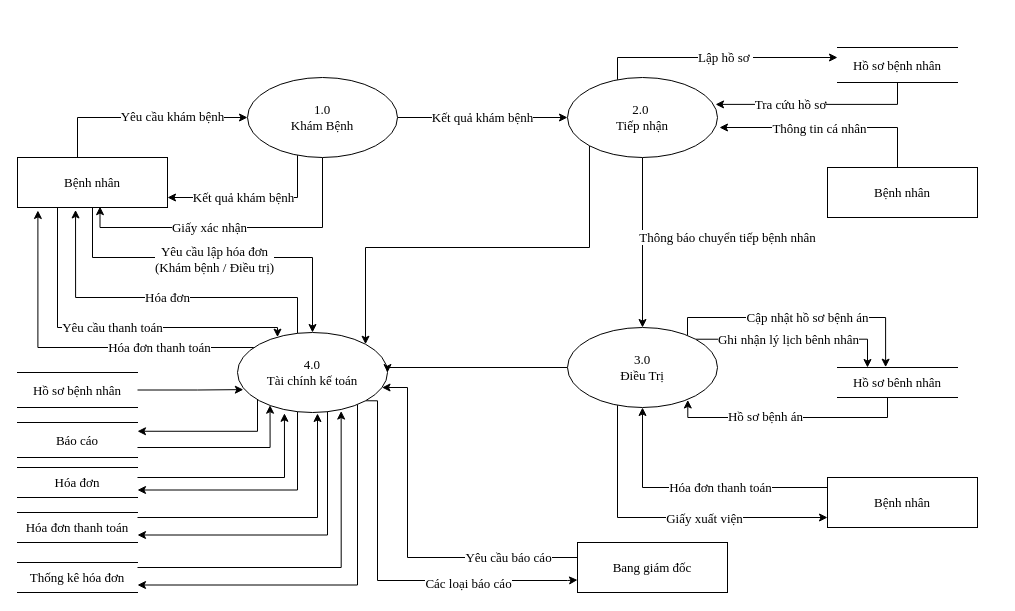
Above: MucDinh.drawio in Nhatran241/HTTT (draw.io), before the change. Source tidied: cells renumbered, new cells numbered last; positions are measured from the earlier drawing's top-left corner, leaving out a move shared by most shapes. Both pictures are drawn from the tidied source at 100%, with x=0, y=0 at pixel (17, 47).
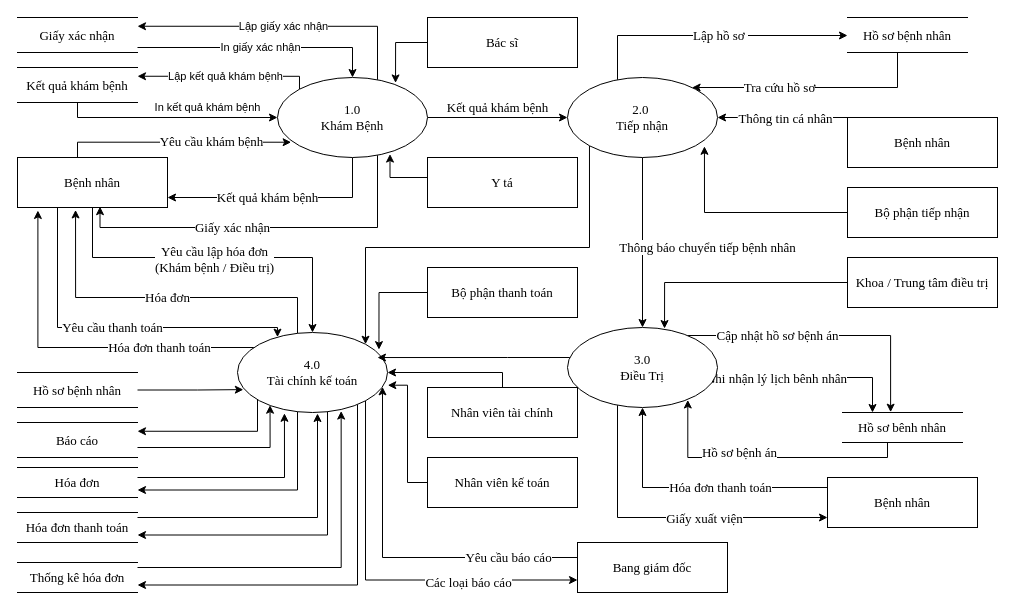
The same diagram, later.

Unchanged cells that the change refers to:
```xml
<mxCell id="6" value="Bệnh nhân" style="rounded=0;whiteSpace=wrap;html=1;fontFamily=Times New Roman;fontSize=13;" parent="1" vertex="1">
  <mxGeometry y="110" width="150" height="50" as="geometry" />
</mxCell>
<mxCell id="14" value="2.0&amp;nbsp;&lt;br style=&quot;font-size: 13px;&quot;&gt;Tiếp nhận" style="ellipse;whiteSpace=wrap;html=1;fontFamily=Times New Roman;fontSize=13;" parent="1" vertex="1">
  <mxGeometry x="550" y="30" width="150" height="80" as="geometry" />
</mxCell>
<mxCell id="24" value="4.0&lt;br style=&quot;font-size: 13px;&quot;&gt;Tài chính kế toán" style="ellipse;whiteSpace=wrap;html=1;fontFamily=Times New Roman;fontSize=13;" parent="1" vertex="1">
  <mxGeometry x="220" y="285" width="150" height="80" as="geometry" />
</mxCell>
<mxCell id="31" value="3.0&lt;br style=&quot;font-size: 13px;&quot;&gt;Điều Trị" style="ellipse;whiteSpace=wrap;html=1;fontFamily=Times New Roman;fontSize=13;" parent="1" vertex="1">
  <mxGeometry x="550" y="280" width="150" height="80" as="geometry" />
</mxCell>
<mxCell id="47" value="Bang giám đốc" style="rounded=0;whiteSpace=wrap;html=1;fontFamily=Times New Roman;fontSize=13;" parent="1" vertex="1">
  <mxGeometry x="560" y="495" width="150" height="50" as="geometry" />
</mxCell>
```

Diff of the diagram source:
```diff
@@
-    <mxCell id="2" value="Yêu cầu khám bệnh" style="edgeStyle=orthogonalEdgeStyle;rounded=0;jettySize=auto;html=1;exitX=1;exitY=0.5;exitDx=0;exitDy=0;entryX=0;entryY=0.5;entryDx=0;entryDy=0;fontFamily=Times New Roman;fontSize=13;" parent="1" edge="1" source="6" target="10">
+    <mxCell id="2" value="Yêu cầu khám bệnh" style="edgeStyle=orthogonalEdgeStyle;rounded=0;jettySize=auto;html=1;exitX=1;exitY=0.5;exitDx=0;exitDy=0;entryX=0.091;entryY=0.809;entryDx=0;entryDy=0;fontFamily=Times New Roman;fontSize=13;entryPerimeter=0;" parent="1" edge="1" source="6" target="10">
       <mxGeometry x="0.55" y="1" relative="1" as="geometry">
         <Array as="points">
           <mxPoint x="150" y="140" />
           <mxPoint x="60" y="140" />
-          <mxPoint x="60" y="70" />
+          <mxPoint x="60" y="95" />
         </Array>
       </mxGeometry>
     </mxCell>
@@
     <mxCell id="7" value="Kết quả khám bệnh" style="edgeStyle=orthogonalEdgeStyle;rounded=0;jettySize=auto;html=1;exitX=1;exitY=0.5;exitDx=0;exitDy=0;entryX=0;entryY=0.5;entryDx=0;entryDy=0;fontFamily=Times New Roman;fontSize=13;" parent="1" edge="1" source="10" target="14">
-      <mxGeometry relative="1" as="geometry" />
+      <mxGeometry y="10" relative="1" as="geometry" />
     </mxCell>
     <mxCell id="8" value="Giấy xác nhận" style="edgeStyle=orthogonalEdgeStyle;rounded=0;jettySize=auto;html=1;entryX=0.55;entryY=0.983;entryDx=0;entryDy=0;entryPerimeter=0;fontFamily=Times New Roman;fontSize=13;" parent="1" edge="1" source="10" target="6">
       <mxGeometry x="0.17" relative="1" as="geometry">
         <Array as="points">
-          <mxPoint x="305" y="180" />
+          <mxPoint x="360" y="180" />
           <mxPoint x="83" y="180" />
         </Array>
       </mxGeometry>
     </mxCell>
     <mxCell id="9" value="Kết quả khám bệnh" style="edgeStyle=orthogonalEdgeStyle;rounded=0;jettySize=auto;html=1;fontFamily=Times New Roman;fontSize=13;" parent="1" edge="1" source="10" target="6">
       <mxGeometry x="0.11" relative="1" as="geometry">
         <Array as="points">
-          <mxPoint x="280" y="150" />
+          <mxPoint x="335" y="150" />
         </Array>
       </mxGeometry>
     </mxCell>
+    <mxCell id="54" value="Lập giấy xác nhận" style="edgeStyle=orthogonalEdgeStyle;rounded=0;jettySize=auto;html=1;entryX=1;entryY=0.25;entryDx=0;entryDy=0;" parent="1" edge="1" source="10" target="57">
+      <mxGeometry relative="1" as="geometry">
+        <Array as="points">
+          <mxPoint x="360" y="-21" />
+        </Array>
+      </mxGeometry>
+    </mxCell>
+    <mxCell id="55" value="Lập kết quả khám bệnh" style="edgeStyle=orthogonalEdgeStyle;rounded=0;jettySize=auto;html=1;exitX=0;exitY=0;exitDx=0;exitDy=0;entryX=1;entryY=0.25;entryDx=0;entryDy=0;" parent="1" edge="1" source="10" target="59">
+      <mxGeometry relative="1" as="geometry">
+        <Array as="points">
+          <mxPoint x="282" y="29" />
+        </Array>
+      </mxGeometry>
+    </mxCell>
     <mxCell id="10" value="1.0 &lt;br style=&quot;font-size: 13px;&quot;&gt;Khám Bệnh" style="ellipse;whiteSpace=wrap;html=1;fontFamily=Times New Roman;fontSize=13;" parent="1" vertex="1">
-      <mxGeometry x="230" y="30" width="150" height="80" as="geometry" />
+      <mxGeometry x="260" y="30" width="150" height="80" as="geometry" />
     </mxCell>
     <mxCell id="11" value="Lập hồ sơ&amp;nbsp;" style="edgeStyle=orthogonalEdgeStyle;rounded=0;jettySize=auto;html=1;fontFamily=Times New Roman;fontSize=13;" parent="1" edge="1" source="14" target="33">
       <mxGeometry x="0.07" relative="1" as="geometry">
         <Array as="points">
-          <mxPoint x="600" y="10" />
+          <mxPoint x="600" y="-12" />
         </Array>
       </mxGeometry>
     </mxCell>
     <mxCell id="12" value="Thông báo chuyển tiếp bệnh nhân" style="edgeStyle=orthogonalEdgeStyle;rounded=0;jettySize=auto;html=1;fontFamily=Times New Roman;fontSize=13;" parent="1" edge="1" source="14" target="31">
-      <mxGeometry x="-0.06" y="85" relative="1" as="geometry" />
+      <mxGeometry x="0.06" y="65" relative="1" as="geometry" />
     </mxCell>
@@
     <mxCell id="17" style="edgeStyle=orthogonalEdgeStyle;rounded=0;jettySize=auto;html=1;exitX=1;exitY=1;exitDx=0;exitDy=0;entryX=0;entryY=0.75;entryDx=0;entryDy=0;fontFamily=Times New Roman;fontSize=13;" parent="1" edge="1" source="24" target="47">
       <mxGeometry relative="1" as="geometry">
         <Array as="points">
-          <mxPoint x="360" y="353" />
-          <mxPoint x="360" y="533" />
-          <mxPoint x="550" y="533" />
+          <mxPoint x="348" y="533" />
         </Array>
       </mxGeometry>
     </mxCell>
@@
     <mxCell id="25" value="Cập nhật hồ sơ bệnh án" style="edgeStyle=orthogonalEdgeStyle;rounded=0;jettySize=auto;html=1;entryX=0.401;entryY=-0.011;entryDx=0;entryDy=0;entryPerimeter=0;fontFamily=Times New Roman;fontSize=13;" parent="1" edge="1" source="31" target="39">
-      <mxGeometry x="0.04" relative="1" as="geometry">
+      <mxGeometry x="-0.36" relative="1" as="geometry">
         <Array as="points">
-          <mxPoint x="670" y="270" />
-          <mxPoint x="868" y="270" />
+          <mxPoint x="873" y="288" />
         </Array>
       </mxGeometry>
     </mxCell>
@@
     <mxCell id="28" style="edgeStyle=orthogonalEdgeStyle;rounded=0;jettySize=auto;html=1;exitX=1;exitY=0;exitDx=0;exitDy=0;entryX=0.25;entryY=0;entryDx=0;entryDy=0;fontFamily=Times New Roman;fontSize=13;" parent="1" edge="1" source="31" target="39">
-      <mxGeometry relative="1" as="geometry" />
+      <mxGeometry relative="1" as="geometry">
+        <Array as="points">
+          <mxPoint x="678" y="330" />
+          <mxPoint x="855" y="330" />
+        </Array>
+      </mxGeometry>
     </mxCell>
@@
-    <mxCell id="30" style="edgeStyle=orthogonalEdgeStyle;rounded=0;jettySize=auto;html=1;entryX=1;entryY=0.5;entryDx=0;entryDy=0;fontFamily=Times New Roman;fontSize=13;" parent="1" edge="1" source="31" target="24">
+    <mxCell id="30" style="edgeStyle=orthogonalEdgeStyle;rounded=0;jettySize=auto;html=1;entryX=0.933;entryY=0.313;entryDx=0;entryDy=0;fontFamily=Times New Roman;fontSize=13;entryPerimeter=0;" parent="1" edge="1" source="31" target="24">
       <mxGeometry relative="1" as="geometry">
         <Array as="points">
-          <mxPoint x="370" y="320" />
+          <mxPoint x="490" y="310" />
+          <mxPoint x="490" y="310" />
         </Array>
       </mxGeometry>
     </mxCell>
@@
-    <mxCell id="32" value="Tra cứu hồ sơ" style="edgeStyle=orthogonalEdgeStyle;rounded=0;jettySize=auto;html=1;entryX=0.987;entryY=0.336;entryDx=0;entryDy=0;entryPerimeter=0;fontFamily=Times New Roman;fontSize=13;" parent="1" edge="1" source="33" target="14">
+    <mxCell id="32" value="Tra cứu hồ sơ" style="edgeStyle=orthogonalEdgeStyle;rounded=0;jettySize=auto;html=1;fontFamily=Times New Roman;fontSize=13;" parent="1" edge="1" source="33" target="14">
       <mxGeometry x="0.27" relative="1" as="geometry">
         <Array as="points">
-          <mxPoint x="880" y="57" />
+          <mxPoint x="880" y="40" />
         </Array>
       </mxGeometry>
     </mxCell>
     <mxCell id="33" value="Hồ sơ bệnh nhân" style="shape=partialRectangle;whiteSpace=wrap;html=1;left=0;right=0;fillColor=none;fontFamily=Times New Roman;fontSize=13;" parent="1" vertex="1">
-      <mxGeometry x="820" width="120" height="35" as="geometry" />
+      <mxGeometry x="830" y="-30" width="120" height="35" as="geometry" />
     </mxCell>
-    <mxCell id="34" style="edgeStyle=orthogonalEdgeStyle;rounded=0;jettySize=auto;html=1;fontFamily=Times New Roman;fontSize=13;" parent="1" edge="1" source="36">
+    <mxCell id="34" style="edgeStyle=orthogonalEdgeStyle;rounded=0;jettySize=auto;html=1;fontFamily=Times New Roman;fontSize=13;entryX=1;entryY=0.5;entryDx=0;entryDy=0;" parent="1" edge="1" source="36" target="14">
       <mxGeometry relative="1" as="geometry">
-        <mxPoint x="702" y="80" as="targetPoint" />
         <Array as="points">
-          <mxPoint x="880" y="80" />
+          <mxPoint x="720" y="70" />
+          <mxPoint x="720" y="70" />
         </Array>
       </mxGeometry>
     </mxCell>
     <mxCell id="35" value="Thông tin cá nhân" style="edgeLabel;html=1;align=center;verticalAlign=middle;fontFamily=Times New Roman;fontSize=13;" parent="34" vertex="1">
       <mxGeometry x="0.01" relative="1" as="geometry">
-        <mxPoint x="-9" as="offset" />
+        <mxPoint x="3" as="offset" />
       </mxGeometry>
     </mxCell>
     <mxCell id="36" value="Bệnh nhân" style="rounded=0;whiteSpace=wrap;html=1;fontFamily=Times New Roman;fontSize=13;" parent="1" vertex="1">
-      <mxGeometry x="810" y="120" width="150" height="50" as="geometry" />
+      <mxGeometry x="830" y="70" width="150" height="50" as="geometry" />
     </mxCell>
     <mxCell id="37" style="edgeStyle=orthogonalEdgeStyle;rounded=0;jettySize=auto;html=1;entryX=0.802;entryY=0.906;entryDx=0;entryDy=0;entryPerimeter=0;fontFamily=Times New Roman;fontSize=13;" parent="1" edge="1" source="39" target="31">
       <mxGeometry relative="1" as="geometry">
         <Array as="points">
-          <mxPoint x="870" y="370" />
-          <mxPoint x="670" y="370" />
+          <mxPoint x="870" y="410" />
+          <mxPoint x="670" y="410" />
         </Array>
       </mxGeometry>
     </mxCell>
@@
     <mxCell id="39" value="Hồ sơ bênh nhân" style="shape=partialRectangle;whiteSpace=wrap;html=1;left=0;right=0;fillColor=none;fontFamily=Times New Roman;fontSize=13;" parent="1" vertex="1">
-      <mxGeometry x="820" y="320" width="120" height="30" as="geometry" />
+      <mxGeometry x="825" y="365" width="120" height="30" as="geometry" />
     </mxCell>
@@
     <mxCell id="46" value="Yêu cầu báo cáo" style="edgeStyle=orthogonalEdgeStyle;rounded=0;jettySize=auto;html=1;fontFamily=Times New Roman;fontSize=13;" parent="1" edge="1" source="47" target="24">
       <mxGeometry x="-0.62" relative="1" as="geometry">
         <Array as="points">
-          <mxPoint x="390" y="510" />
-          <mxPoint x="390" y="340" />
+          <mxPoint x="365" y="510" />
         </Array>
       </mxGeometry>
     </mxCell>
@@
+    <mxCell id="56" value="In giấy xác nhận" style="edgeStyle=orthogonalEdgeStyle;rounded=0;jettySize=auto;html=1;entryX=0.5;entryY=0;entryDx=0;entryDy=0;" parent="1" edge="1" source="57" target="10">
+      <mxGeometry relative="1" as="geometry">
+        <Array as="points">
+          <mxPoint x="335" />
+        </Array>
+      </mxGeometry>
+    </mxCell>
+    <mxCell id="57" value="Giấy xác nhận" style="shape=partialRectangle;whiteSpace=wrap;html=1;left=0;right=0;fillColor=none;fontFamily=Times New Roman;fontSize=13;" parent="1" vertex="1">
+      <mxGeometry y="-30" width="120" height="35" as="geometry" />
+    </mxCell>
+    <mxCell id="58" value="In kết quả khám bệnh" style="edgeStyle=orthogonalEdgeStyle;rounded=0;jettySize=auto;html=1;entryX=0;entryY=0.5;entryDx=0;entryDy=0;" parent="1" edge="1" source="59" target="10">
+      <mxGeometry x="0.35" y="10" relative="1" as="geometry">
+        <Array as="points">
+          <mxPoint x="60" y="70" />
+        </Array>
+      </mxGeometry>
+    </mxCell>
+    <mxCell id="59" value="Kết quả khám bệnh" style="shape=partialRectangle;whiteSpace=wrap;html=1;left=0;right=0;fillColor=none;fontFamily=Times New Roman;fontSize=13;" parent="1" vertex="1">
+      <mxGeometry y="20" width="120" height="35" as="geometry" />
+    </mxCell>
+    <mxCell id="60" style="edgeStyle=orthogonalEdgeStyle;rounded=0;jettySize=auto;html=1;entryX=0.787;entryY=0.068;entryDx=0;entryDy=0;entryPerimeter=0;" parent="1" edge="1" source="61" target="10">
+      <mxGeometry relative="1" as="geometry">
+        <Array as="points">
+          <mxPoint x="378" y="-5" />
+        </Array>
+      </mxGeometry>
+    </mxCell>
+    <mxCell id="61" value="Bác sĩ" style="rounded=0;whiteSpace=wrap;html=1;fontFamily=Times New Roman;fontSize=13;" parent="1" vertex="1">
+      <mxGeometry x="410" y="-30" width="150" height="50" as="geometry" />
+    </mxCell>
+    <mxCell id="62" style="edgeStyle=orthogonalEdgeStyle;rounded=0;jettySize=auto;html=1;entryX=0.75;entryY=0.957;entryDx=0;entryDy=0;entryPerimeter=0;" parent="1" edge="1" source="63" target="10">
+      <mxGeometry relative="1" as="geometry">
+        <Array as="points">
+          <mxPoint x="373" y="130" />
+        </Array>
+      </mxGeometry>
+    </mxCell>
+    <mxCell id="63" value="Y tá" style="rounded=0;whiteSpace=wrap;html=1;fontFamily=Times New Roman;fontSize=13;" parent="1" vertex="1">
+      <mxGeometry x="410" y="110" width="150" height="50" as="geometry" />
+    </mxCell>
+    <mxCell id="64" style="edgeStyle=orthogonalEdgeStyle;rounded=0;jettySize=auto;html=1;entryX=0.943;entryY=0.214;entryDx=0;entryDy=0;entryPerimeter=0;" parent="1" edge="1" source="65" target="24">
+      <mxGeometry relative="1" as="geometry" />
+    </mxCell>
+    <mxCell id="65" value="Bộ phận thanh toán" style="rounded=0;whiteSpace=wrap;html=1;fontFamily=Times New Roman;fontSize=13;" parent="1" vertex="1">
+      <mxGeometry x="410" y="220" width="150" height="50" as="geometry" />
+    </mxCell>
+    <mxCell id="66" style="edgeStyle=orthogonalEdgeStyle;rounded=0;jettySize=auto;html=1;" parent="1" edge="1" source="67" target="24">
+      <mxGeometry relative="1" as="geometry">
+        <Array as="points">
+          <mxPoint x="485" y="325" />
+        </Array>
+      </mxGeometry>
+    </mxCell>
+    <mxCell id="67" value="Nhân viên tài chính" style="rounded=0;whiteSpace=wrap;html=1;fontFamily=Times New Roman;fontSize=13;" parent="1" vertex="1">
+      <mxGeometry x="410" y="340" width="150" height="50" as="geometry" />
+    </mxCell>
+    <mxCell id="68" style="edgeStyle=orthogonalEdgeStyle;rounded=0;jettySize=auto;html=1;entryX=1.002;entryY=0.659;entryDx=0;entryDy=0;entryPerimeter=0;" parent="1" edge="1" source="69" target="24">
+      <mxGeometry relative="1" as="geometry" />
+    </mxCell>
+    <mxCell id="69" value="Nhân viên kế toán" style="rounded=0;whiteSpace=wrap;html=1;fontFamily=Times New Roman;fontSize=13;" parent="1" vertex="1">
+      <mxGeometry x="410" y="410" width="150" height="50" as="geometry" />
+    </mxCell>
+    <mxCell id="70" style="edgeStyle=orthogonalEdgeStyle;rounded=0;jettySize=auto;html=1;entryX=0.647;entryY=0.013;entryDx=0;entryDy=0;entryPerimeter=0;" parent="1" edge="1" source="71" target="31">
+      <mxGeometry relative="1" as="geometry" />
+    </mxCell>
+    <mxCell id="71" value="Khoa / Trung tâm điều trị" style="rounded=0;whiteSpace=wrap;html=1;fontFamily=Times New Roman;fontSize=13;" parent="1" vertex="1">
+      <mxGeometry x="830" y="210" width="150" height="50" as="geometry" />
+    </mxCell>
+    <mxCell id="72" style="edgeStyle=orthogonalEdgeStyle;rounded=0;jettySize=auto;html=1;entryX=0.913;entryY=0.86;entryDx=0;entryDy=0;entryPerimeter=0;" parent="1" edge="1" source="73" target="14">
+      <mxGeometry relative="1" as="geometry">
+        <Array as="points">
+          <mxPoint x="687" y="165" />
+        </Array>
+      </mxGeometry>
+    </mxCell>
+    <mxCell id="73" value="Bộ phận tiếp nhận" style="rounded=0;whiteSpace=wrap;html=1;fontFamily=Times New Roman;fontSize=13;" parent="1" vertex="1">
+      <mxGeometry x="830" y="140" width="150" height="50" as="geometry" />
+    </mxCell>
```
